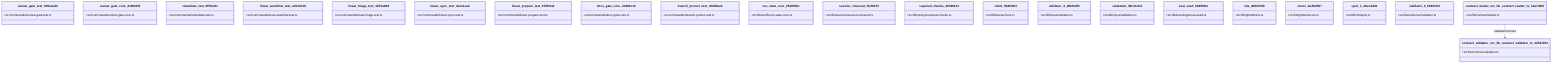
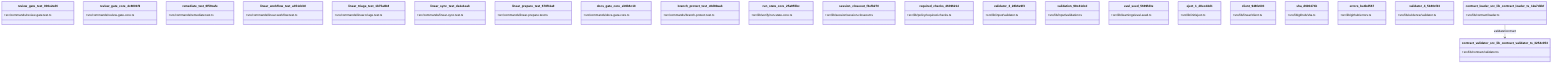
classDiagram
  class review_gate_test_000e2ed6 {
    +src/commands/review-gate.test.ts
  }
  class review_gate_core_4c8001f9 {
    +src/commands/review-gate-core.ts
  }
  class remediate_test_6f59cafe {
    +src/commands/remediate.test.ts
  }
  class linear_workflow_test_a351dcb0 {
    +src/commands/linear-workflow.test.ts
  }
  class linear_triage_test_1b75a8b8 {
    +src/commands/linear-triage.test.ts
  }
  class linear_sync_test_da1e1eab {
    +src/commands/linear-sync.test.ts
  }
  class linear_prepare_test_678f11a9 {
    +src/commands/linear-prepare.test.ts
  }
  class docs_gate_core_eb9b6c18 {
    +src/commands/docs-gate-core.ts
  }
  class branch_protect_test_c8d80aab {
    +src/commands/branch-protect.test.ts
  }
  class run_state_core_25a955bc {
    +src/lib/verify/run-state-core.ts
  }
  class session_closeout_f3efb270 {
    +src/lib/session/session-closeout.ts
  }
  class required_checks_46396214 {
    +src/lib/policy/required-checks.ts
  }
-   class client_948fe603 {
-     +src/lib/linear/client.ts
-   }
  class validator_3_28b6e9f3 {
    +src/lib/input/validator.ts
  }
  class validation_98c41dcd {
    +src/lib/input/validation.ts
  }
  class eval_seed_5699fd3e {
    +src/lib/learnings/eval-seed.ts
  }
+   class eject_1_d0ecd4d1 {
+     +src/lib/init/eject.ts
+   }
+   class client_948fe603 {
+     +src/lib/linear/client.ts
+   }
  class sha_d600474b {
    +src/lib/github/sha.ts
  }
  class errors_be4bd567 {
    +src/lib/github/errors.ts
-   }
-   class eject_1_d0ecd4d1 {
-     +src/lib/init/eject.ts
  }
  class validator_4_5180cf23 {
    +src/lib/evidence/validator.ts
  }
  class contract_loader_src_lib_contract_loader_ts_12a7d1bf {
    +src/lib/contract/loader.ts
  }
  class contract_validator_src_lib_contract_validator_ts_3254c053 {
    +src/lib/contract/validator.ts
  }
  contract_loader_src_lib_contract_loader_ts_12a7d1bf --> contract_validator_src_lib_contract_validator_ts_3254c053 : validateContract
